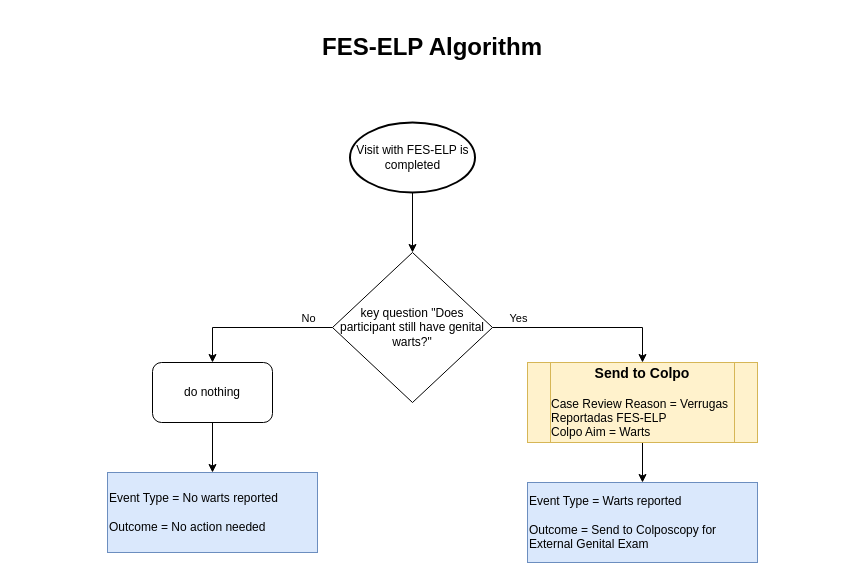
Before: FES-ELP algorithm.drawio in stealthv/aurora-algorithms, a draw.io diagram. Source tidied: cells renumbered, new cells numbered last; positions are measured from the earlier drawing's top-left corner, leaving out a move shared by most shapes. Both pictures are drawn from the tidied source at 100%, with x=0, y=0 at pixel (17, 32).
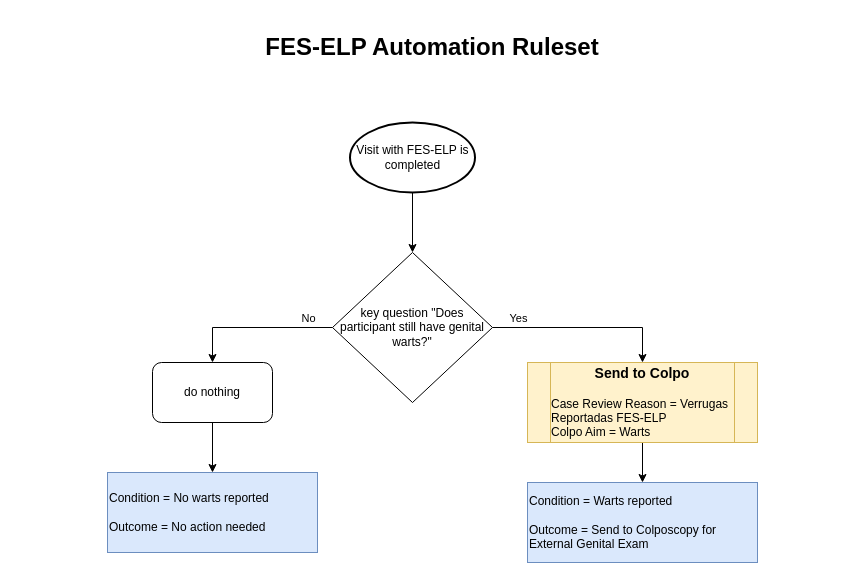
The same page after the edit.

Commit message:
Update FES-ELP terminology

The edit, as a diff of the source:
```diff
@@
 <mxGraphModel>
   <root>
     <mxCell id="0" />
     <mxCell id="1" parent="0" />
     <mxCell id="2" style="edgeStyle=orthogonalEdgeStyle;rounded=0;jettySize=auto;html=1;exitX=1;exitY=0.5;exitDx=0;exitDy=0;entryX=0.5;entryY=0;entryDx=0;entryDy=0;" parent="1" edge="1" source="6" target="13">
       <mxGeometry relative="1" as="geometry" />
     </mxCell>
     <mxCell id="3" value="Yes" style="edgeLabel;html=1;align=center;verticalAlign=middle;" parent="2" vertex="1">
       <mxGeometry x="-0.15" y="-2" relative="1" as="geometry">
         <mxPoint x="-54" y="-12" as="offset" />
       </mxGeometry>
     </mxCell>
     <mxCell id="4" style="edgeStyle=orthogonalEdgeStyle;rounded=0;jettySize=auto;html=1;entryX=0.5;entryY=0;entryDx=0;entryDy=0;" parent="1" edge="1" source="6" target="10">
       <mxGeometry relative="1" as="geometry" />
     </mxCell>
     <mxCell id="5" value="No" style="edgeLabel;html=1;align=center;verticalAlign=middle;" parent="4" vertex="1">
       <mxGeometry x="-0.2" y="-5" relative="1" as="geometry">
         <mxPoint x="37" y="-5" as="offset" />
       </mxGeometry>
     </mxCell>
     <mxCell id="6" value="key question &quot;Does participant still have genital warts?&quot;" style="rhombus;whiteSpace=wrap;html=1;" parent="1" vertex="1">
       <mxGeometry x="315" y="220" width="160" height="150" as="geometry" />
     </mxCell>
     <mxCell id="7" style="edgeStyle=orthogonalEdgeStyle;rounded=0;orthogonalLoop=1;jettySize=auto;html=1;exitX=0.5;exitY=1;exitDx=0;exitDy=0;" parent="1" edge="1">
       <mxGeometry relative="1" as="geometry">
         <mxPoint x="630" y="336.2" as="sourcePoint" />
         <mxPoint x="630" y="336.2" as="targetPoint" />
       </mxGeometry>
     </mxCell>
-    <mxCell id="8" value="Event Type = Warts reported&lt;div&gt;&lt;span style=&quot;&quot;&gt;&lt;br&gt;&lt;/span&gt;&lt;/div&gt;&lt;div&gt;&lt;span style=&quot;&quot;&gt;Outcome = Send to Colposcopy for External Genital Exam&lt;/span&gt;&lt;/div&gt;" style="rounded=0;whiteSpace=wrap;html=1;align=left;fillColor=#dae8fc;strokeColor=#6c8ebf;" parent="1" vertex="1">
+    <mxCell id="8" value="Condition = Warts reported&lt;div&gt;&lt;span style=&quot;&quot;&gt;&lt;br&gt;&lt;/span&gt;&lt;/div&gt;&lt;div&gt;&lt;span style=&quot;&quot;&gt;Outcome = Send to Colposcopy for External Genital Exam&lt;/span&gt;&lt;/div&gt;" style="rounded=0;whiteSpace=wrap;html=1;align=left;fillColor=#dae8fc;strokeColor=#6c8ebf;" parent="1" vertex="1">
       <mxGeometry x="510" y="450" width="230" height="80" as="geometry" />
     </mxCell>
     <mxCell id="9" style="edgeStyle=orthogonalEdgeStyle;rounded=0;jettySize=auto;html=1;entryX=0.5;entryY=0;entryDx=0;entryDy=0;" parent="1" edge="1" source="10" target="11">
       <mxGeometry relative="1" as="geometry" />
     </mxCell>
     <mxCell id="10" value="do nothing" style="rounded=1;whiteSpace=wrap;html=1;" parent="1" vertex="1">
       <mxGeometry x="135" y="330" width="120" height="60" as="geometry" />
     </mxCell>
-    <mxCell id="11" value="Event Type = No warts reported&lt;div&gt;&lt;span style=&quot;&quot;&gt;&lt;br&gt;&lt;/span&gt;&lt;/div&gt;&lt;div&gt;&lt;span style=&quot;&quot;&gt;Outcome = No action needed&lt;/span&gt;&lt;/div&gt;" style="rounded=0;whiteSpace=wrap;html=1;align=left;labelBackgroundColor=none;fillColor=#dae8fc;strokeColor=#6c8ebf;" parent="1" vertex="1">
+    <mxCell id="11" value="Condition = No warts reported&lt;div&gt;&lt;span style=&quot;&quot;&gt;&lt;br&gt;&lt;/span&gt;&lt;/div&gt;&lt;div&gt;&lt;span style=&quot;&quot;&gt;Outcome = No action needed&lt;/span&gt;&lt;/div&gt;" style="rounded=0;whiteSpace=wrap;html=1;align=left;labelBackgroundColor=none;fillColor=#dae8fc;strokeColor=#6c8ebf;" parent="1" vertex="1">
       <mxGeometry x="90" y="440" width="210" height="80" as="geometry" />
     </mxCell>
     <mxCell id="12" style="edgeStyle=orthogonalEdgeStyle;rounded=0;jettySize=auto;html=1;" parent="1" edge="1" source="13" target="8">
       <mxGeometry relative="1" as="geometry" />
     </mxCell>
     <mxCell id="13" value="&lt;div style=&quot;caret-color: rgb(0, 0, 0); color: rgb(0, 0, 0); font-family: Helvetica; font-size: 12px; font-style: normal; font-variant-caps: normal; font-weight: 400; letter-spacing: normal; orphans: 2; text-indent: 0px; text-transform: none; white-space: normal; widows: 2; word-spacing: 0px; -webkit-text-stroke-width: 0px; text-decoration-line: none; text-decoration-thickness: auto; text-decoration-style: solid; text-align: center;&quot;&gt;&lt;b&gt;&lt;font style=&quot;font-size: 14px;&quot;&gt;Send to Colpo&lt;/font&gt;&lt;/b&gt;&lt;/div&gt;&lt;div style=&quot;caret-color: rgb(0, 0, 0); color: rgb(0, 0, 0); font-family: Helvetica; font-size: 12px; font-style: normal; font-variant-caps: normal; font-weight: 400; letter-spacing: normal; orphans: 2; text-align: left; text-indent: 0px; text-transform: none; white-space: normal; widows: 2; word-spacing: 0px; -webkit-text-stroke-width: 0px; text-decoration-line: none; text-decoration-thickness: auto; text-decoration-style: solid;&quot;&gt;&lt;br&gt;&lt;/div&gt;&lt;div style=&quot;caret-color: rgb(0, 0, 0); color: rgb(0, 0, 0); font-family: Helvetica; font-size: 12px; font-style: normal; font-variant-caps: normal; font-weight: 400; letter-spacing: normal; orphans: 2; text-align: left; text-indent: 0px; text-transform: none; white-space: normal; widows: 2; word-spacing: 0px; -webkit-text-stroke-width: 0px; text-decoration-line: none; text-decoration-thickness: auto; text-decoration-style: solid;&quot;&gt;Case Review Reason = Verrugas Reportadas FES-ELP&lt;div&gt;Colpo Aim = Warts&lt;/div&gt;&lt;/div&gt;" style="shape=process;whiteSpace=wrap;html=1;backgroundOutline=1;fillColor=#fff2cc;strokeColor=#d6b656;" parent="1" vertex="1">
       <mxGeometry x="510" y="330" width="230" height="80" as="geometry" />
     </mxCell>
     <mxCell id="14" style="edgeStyle=orthogonalEdgeStyle;rounded=0;jettySize=auto;html=1;entryX=0.5;entryY=0;entryDx=0;entryDy=0;" parent="1" edge="1" source="15" target="6">
       <mxGeometry relative="1" as="geometry" />
     </mxCell>
     <mxCell id="15" value="Visit with FES-ELP is completed" style="strokeWidth=2;html=1;shape=mxgraph.flowchart.start_2;whiteSpace=wrap;" parent="1" vertex="1">
       <mxGeometry x="332.5" y="90" width="125" height="70" as="geometry" />
     </mxCell>
-    <mxCell id="16" value="&lt;h1&gt;FES-ELP Algorithm&lt;/h1&gt;" style="text;html=1;whiteSpace=wrap;strokeColor=none;fillColor=none;align=center;verticalAlign=middle;rounded=0;" parent="1" vertex="1">
+    <mxCell id="16" value="&lt;h1&gt;FES-ELP Automation Ruleset&lt;/h1&gt;" style="text;html=1;whiteSpace=wrap;strokeColor=none;fillColor=none;align=center;verticalAlign=middle;rounded=0;" parent="1" vertex="1">
       <mxGeometry width="830" height="30" as="geometry" />
     </mxCell>
   </root>
 </mxGraphModel>
```
